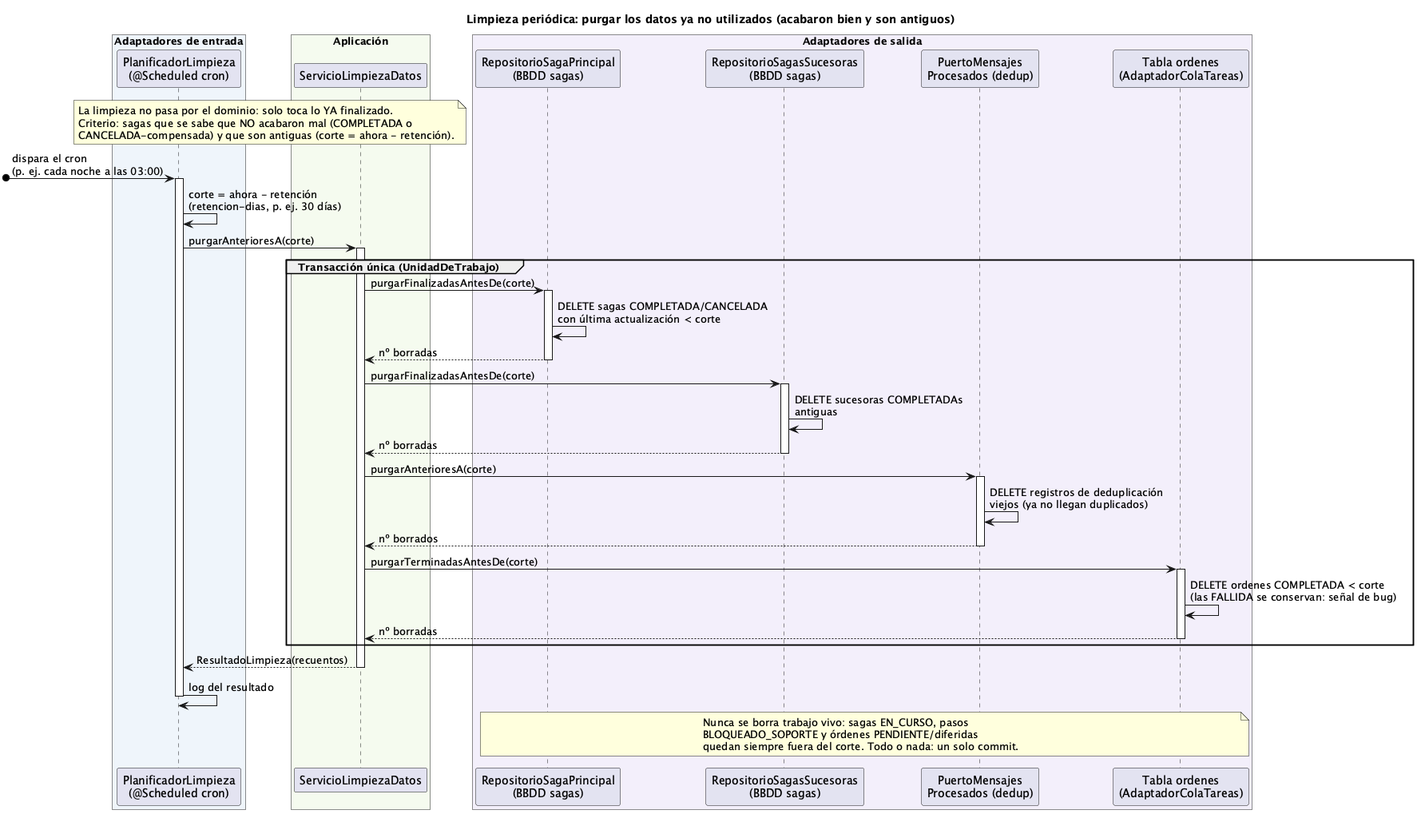
Earlier version of the PlantUML export order-manager/docs/09-limpieza-datos.png (ralcazar/patrones). The source it was exported from:
```plantuml
@startuml 09-limpieza-datos
title Limpieza periódica: purgar los datos ya no utilizados (acabaron bien y son antiguos)

box "Adaptadores de entrada" #EFF5FB
  participant "PlanificadorLimpieza\n(@Scheduled cron)" as PLAN
end box
box "Aplicación" #F5FBEF
  participant "ServicioLimpiezaDatos" as LIMP
end box
box "Adaptadores de salida" #F3EFFB
  participant "RepositorioSagaPrincipal\n(BBDD sagas)" as REPO
  participant "RepositorioSagasSucesoras\n(BBDD sagas)" as REPOS
  participant "PuertoMensajes\nProcesados (dedup)" as DEDUP
  participant "Tabla ordenes\n(AdaptadorColaTareas)" as ORD
end box

note over PLAN, LIMP
  La limpieza no pasa por el dominio: solo toca lo YA finalizado.
  Criterio: sagas que se sabe que NO acabaron mal (COMPLETADA o
  CANCELADA-compensada) y que son antiguas (corte = ahora - retención).
end note

[o-> PLAN : dispara el cron\n(p. ej. cada noche a las 03:00)
activate PLAN
PLAN -> PLAN : corte = ahora - retención\n(retencion-dias, p. ej. 30 días)
PLAN -> LIMP ++ : purgarAnterioresA(corte)

group Transacción única (UnidadDeTrabajo)
  LIMP -> REPO ++ : purgarFinalizadasAntesDe(corte)
  REPO -> REPO : DELETE sagas COMPLETADA/CANCELADA\ncon última actualización < corte
  return nº borradas
  LIMP -> REPOS ++ : purgarFinalizadasAntesDe(corte)
  REPOS -> REPOS : DELETE sucesoras COMPLETADAs\nantiguas
  return nº borradas
  LIMP -> DEDUP ++ : purgarAnterioresA(corte)
  DEDUP -> DEDUP : DELETE registros de deduplicación\nviejos (ya no llegan duplicados)
  return nº borrados
  LIMP -> ORD ++ : purgarTerminadasAntesDe(corte)
  ORD -> ORD : DELETE ordenes COMPLETADA < corte\n(las FALLIDA se conservan: señal de bug)
  return nº borradas
end

return ResultadoLimpieza(recuentos)
PLAN -> PLAN : log del resultado
deactivate PLAN

note over REPO, ORD
  Nunca se borra trabajo vivo: sagas EN_CURSO, pasos
  BLOQUEADO_SOPORTE y órdenes PENDIENTE/diferidas
  quedan siempre fuera del corte. Todo o nada: un solo commit.
end note
@enduml
```
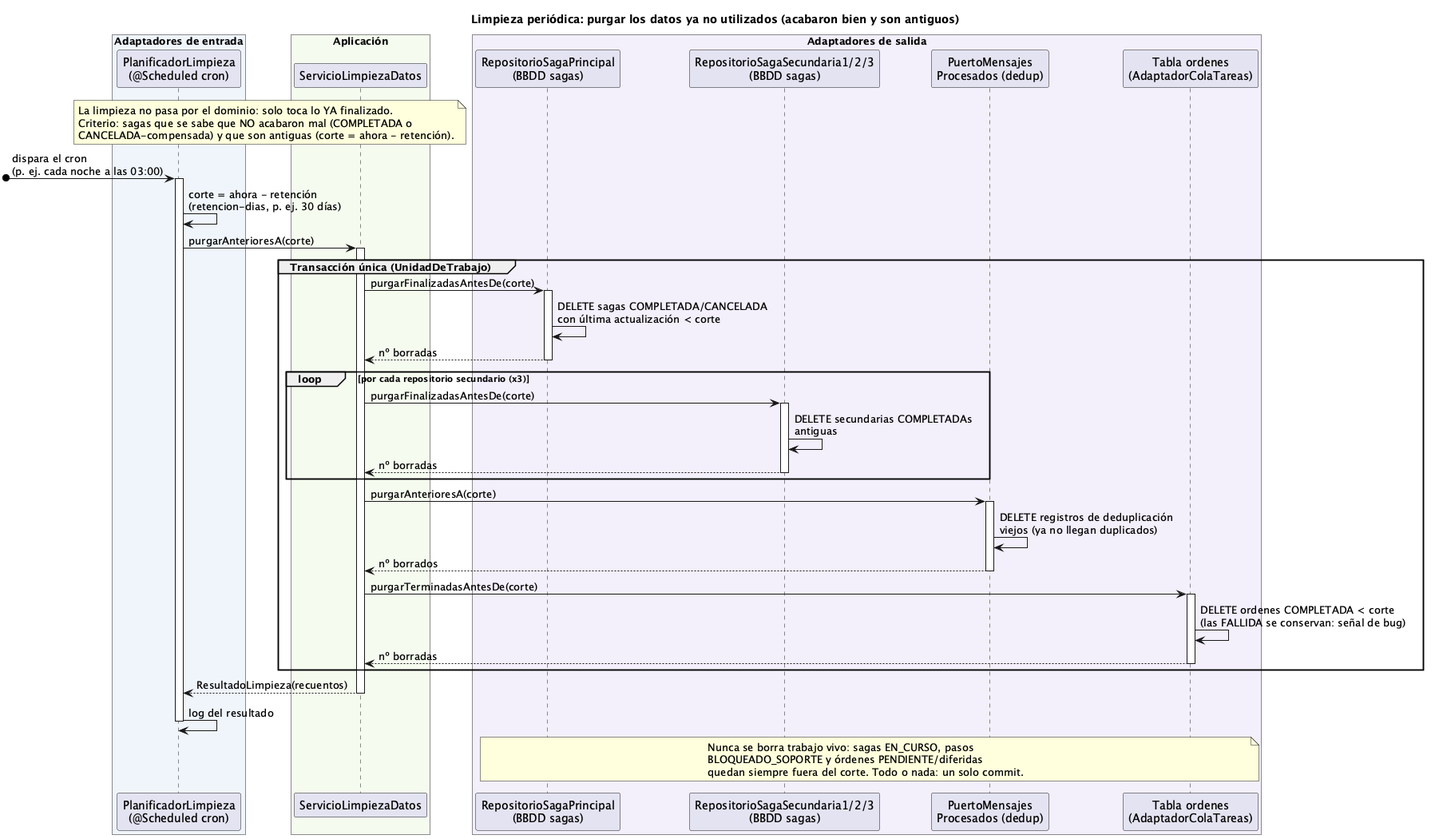
Later version of the same file.

What changed in the source:
```diff
@@ -9,7 +9,7 @@
 end box
 box "Adaptadores de salida" #F3EFFB
   participant "RepositorioSagaPrincipal\n(BBDD sagas)" as REPO
-  participant "RepositorioSagasSucesoras\n(BBDD sagas)" as REPOS
+  participant "RepositorioSagaSecundaria1/2/3\n(BBDD sagas)" as REPOS
   participant "PuertoMensajes\nProcesados (dedup)" as DEDUP
   participant "Tabla ordenes\n(AdaptadorColaTareas)" as ORD
 end box
@@ -29,9 +29,11 @@
   LIMP -> REPO ++ : purgarFinalizadasAntesDe(corte)
   REPO -> REPO : DELETE sagas COMPLETADA/CANCELADA\ncon última actualización < corte
   return nº borradas
-  LIMP -> REPOS ++ : purgarFinalizadasAntesDe(corte)
-  REPOS -> REPOS : DELETE sucesoras COMPLETADAs\nantiguas
-  return nº borradas
+  loop por cada repositorio secundario (x3)
+    LIMP -> REPOS ++ : purgarFinalizadasAntesDe(corte)
+    REPOS -> REPOS : DELETE secundarias COMPLETADAs\nantiguas
+    return nº borradas
+  end
   LIMP -> DEDUP ++ : purgarAnterioresA(corte)
   DEDUP -> DEDUP : DELETE registros de deduplicación\nviejos (ya no llegan duplicados)
   return nº borrados
```
